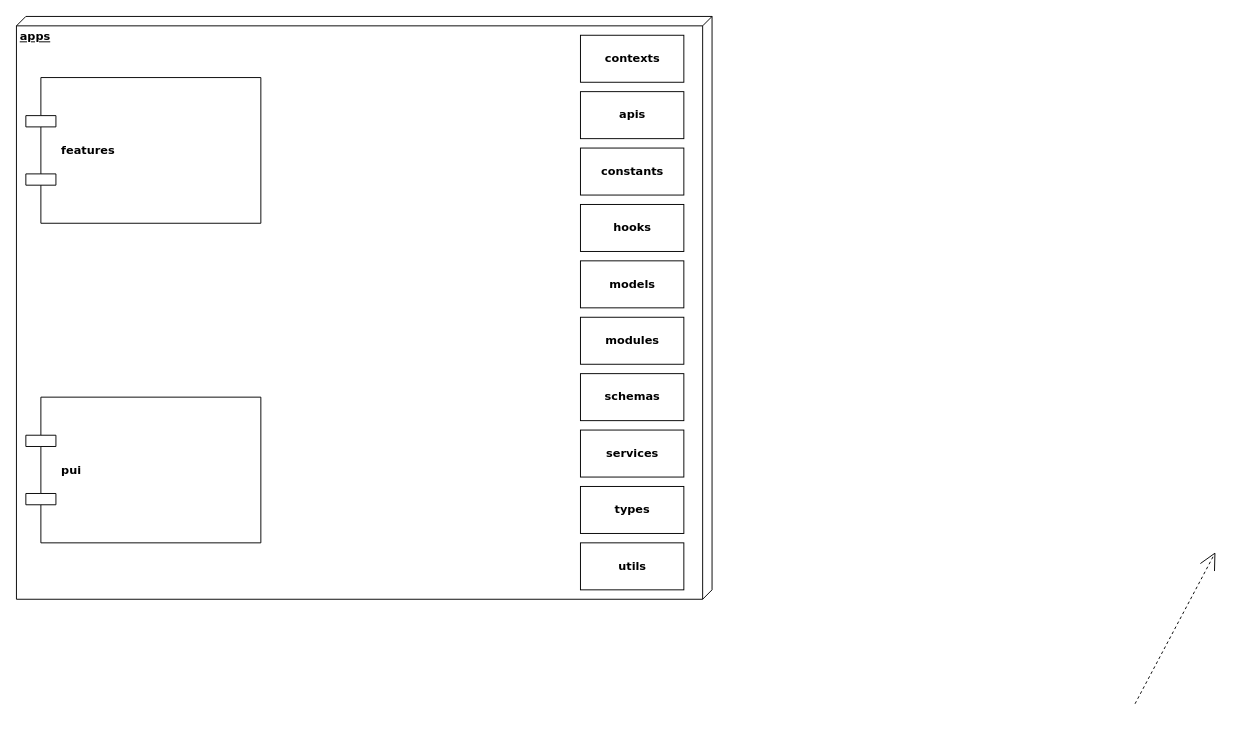
Above: 제목 없는 다이어그램.drawio in monolifeYw/drawio (draw.io), before the change. Source tidied: cells renumbered, new cells numbered last; positions are measured from the earlier drawing's top-left corner, leaving out a move shared by most shapes. Both pictures are drawn from the tidied source at 94%, with x=0, y=0 at pixel (16, 16).
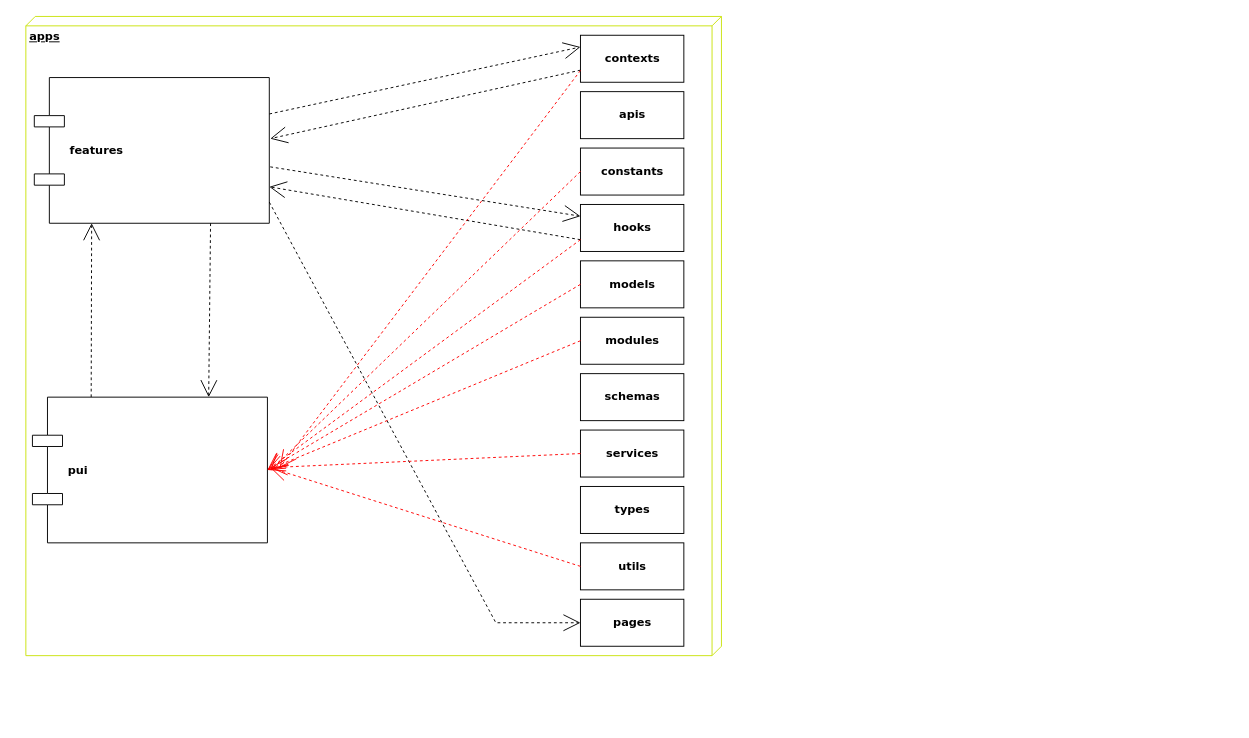
After the change.

Unchanged cells that the change refers to:
```xml
<mxCell id="3" value="contexts" style="html=1;rounded=0;shadow=0;comic=0;labelBackgroundColor=none;strokeWidth=1;fontFamily=Verdana;fontSize=12;align=center;fontStyle=1;" parent="1" vertex="1">
  <mxGeometry x="600" y="20" width="110" height="50" as="geometry" />
</mxCell>
<mxCell id="8" value="constants" style="html=1;rounded=0;shadow=0;comic=0;labelBackgroundColor=none;strokeWidth=1;fontFamily=Verdana;fontSize=12;align=center;fontStyle=1;" parent="1" vertex="1">
  <mxGeometry x="600" y="140" width="110" height="50" as="geometry" />
</mxCell>
<mxCell id="9" value="hooks" style="html=1;rounded=0;shadow=0;comic=0;labelBackgroundColor=none;strokeWidth=1;fontFamily=Verdana;fontSize=12;align=center;fontStyle=1;" parent="1" vertex="1">
  <mxGeometry x="600" y="200" width="110" height="50" as="geometry" />
</mxCell>
<mxCell id="10" value="models" style="html=1;rounded=0;shadow=0;comic=0;labelBackgroundColor=none;strokeWidth=1;fontFamily=Verdana;fontSize=12;align=center;fontStyle=1;" parent="1" vertex="1">
  <mxGeometry x="600" y="260" width="110" height="50" as="geometry" />
</mxCell>
<mxCell id="11" value="modules" style="html=1;rounded=0;shadow=0;comic=0;labelBackgroundColor=none;strokeWidth=1;fontFamily=Verdana;fontSize=12;align=center;fontStyle=1;" parent="1" vertex="1">
  <mxGeometry x="600" y="320" width="110" height="50" as="geometry" />
</mxCell>
<mxCell id="13" value="services" style="html=1;rounded=0;shadow=0;comic=0;labelBackgroundColor=none;strokeWidth=1;fontFamily=Verdana;fontSize=12;align=center;fontStyle=1;" parent="1" vertex="1">
  <mxGeometry x="600" y="440" width="110" height="50" as="geometry" />
</mxCell>
<mxCell id="15" value="utils" style="html=1;rounded=0;shadow=0;comic=0;labelBackgroundColor=none;strokeWidth=1;fontFamily=Verdana;fontSize=12;align=center;fontStyle=1;" parent="1" vertex="1">
  <mxGeometry x="600" y="560" width="110" height="50" as="geometry" />
</mxCell>
```

Change to the diagram source:
```diff
@@
-    <mxCell id="2" value="apps" style="verticalAlign=top;align=left;spacingTop=8;spacingLeft=2;spacingRight=12;shape=cube;size=10;direction=south;fontStyle=5;html=1;rounded=0;shadow=0;comic=0;labelBackgroundColor=none;strokeWidth=1;fontFamily=Verdana;fontSize=12;" parent="1" vertex="1">
-      <mxGeometry width="740" height="620" as="geometry" />
+    <mxCell id="2" value="apps" style="verticalAlign=top;align=left;spacingTop=8;spacingLeft=2;spacingRight=12;shape=cube;size=10;direction=south;fontStyle=5;html=1;rounded=0;shadow=0;comic=0;labelBackgroundColor=none;strokeWidth=1;fontFamily=Verdana;fontSize=12;strokeColor=#cae30d;" parent="1" vertex="1">
+      <mxGeometry x="10" width="740" height="680" as="geometry" />
     </mxCell>
@@
     <mxCell id="4" value="features" style="shape=component;align=left;spacingLeft=36;rounded=0;shadow=0;comic=0;labelBackgroundColor=none;strokeWidth=1;fontFamily=Verdana;fontSize=12;html=1;fontStyle=1;" parent="1" vertex="1">
-      <mxGeometry x="10" y="65" width="250" height="155" as="geometry" />
+      <mxGeometry x="19" y="65" width="250" height="155" as="geometry" />
     </mxCell>
-    <mxCell id="5" style="edgeStyle=none;rounded=0;html=1;dashed=1;labelBackgroundColor=none;startArrow=none;startFill=0;startSize=8;endArrow=open;endFill=0;endSize=16;fontFamily=Verdana;fontSize=12;" parent="1" edge="1">
+    <mxCell id="5" style="edgeStyle=none;rounded=0;html=1;dashed=1;labelBackgroundColor=none;startArrow=none;startFill=0;startSize=8;endArrow=open;endFill=0;endSize=16;fontFamily=Verdana;fontSize=12;exitX=0.25;exitY=0;exitDx=0;exitDy=0;" parent="1" edge="1" source="6">
       <mxGeometry relative="1" as="geometry">
-        <mxPoint x="1190" y="731.2" as="sourcePoint" />
-        <mxPoint x="1275.5" y="570" as="targetPoint" />
+        <mxPoint x="80" y="220" as="targetPoint" />
       </mxGeometry>
     </mxCell>
     <mxCell id="6" value="pui" style="shape=component;align=left;spacingLeft=36;rounded=0;shadow=0;comic=0;labelBackgroundColor=none;strokeWidth=1;fontFamily=Verdana;fontSize=12;html=1;fontStyle=1;" parent="1" vertex="1">
-      <mxGeometry x="10" y="405" width="250" height="155" as="geometry" />
+      <mxGeometry x="17" y="405" width="250" height="155" as="geometry" />
     </mxCell>
@@
+    <mxCell id="16" style="edgeStyle=none;rounded=0;html=1;dashed=1;labelBackgroundColor=none;startArrow=none;startFill=0;startSize=8;endArrow=open;endFill=0;endSize=16;fontFamily=Verdana;fontSize=12;exitX=0.75;exitY=1;exitDx=0;exitDy=0;entryX=0.75;entryY=0;entryDx=0;entryDy=0;" parent="1" edge="1" source="4" target="6">
+      <mxGeometry relative="1" as="geometry" />
+    </mxCell>
+    <mxCell id="17" style="edgeStyle=none;rounded=0;html=1;dashed=1;labelBackgroundColor=none;startArrow=none;startFill=0;startSize=8;endArrow=open;endFill=0;endSize=16;fontFamily=Verdana;fontSize=12;exitX=1;exitY=0.25;exitDx=0;exitDy=0;entryX=0;entryY=0.25;entryDx=0;entryDy=0;" parent="1" edge="1" source="4" target="3">
+      <mxGeometry relative="1" as="geometry" />
+    </mxCell>
+    <mxCell id="18" style="edgeStyle=none;rounded=0;html=1;dashed=1;labelBackgroundColor=none;startArrow=none;startFill=0;startSize=8;endArrow=open;endFill=0;endSize=16;fontFamily=Verdana;fontSize=12;" parent="1" edge="1" source="3">
+      <mxGeometry relative="1" as="geometry">
+        <mxPoint x="270" y="130" as="targetPoint" />
+      </mxGeometry>
+    </mxCell>
+    <mxCell id="19" value="pages" style="html=1;rounded=0;shadow=0;comic=0;labelBackgroundColor=none;strokeWidth=1;fontFamily=Verdana;fontSize=12;align=center;fontStyle=1;" parent="1" vertex="1">
+      <mxGeometry x="600" y="620" width="110" height="50" as="geometry" />
+    </mxCell>
+    <mxCell id="20" style="edgeStyle=none;rounded=0;html=1;dashed=1;labelBackgroundColor=none;startArrow=none;startFill=0;startSize=8;endArrow=open;endFill=0;endSize=16;fontFamily=Verdana;fontSize=12;exitX=1.004;exitY=0.613;exitDx=0;exitDy=0;entryX=0;entryY=0.25;entryDx=0;entryDy=0;exitPerimeter=0;" parent="1" edge="1" source="4" target="9">
+      <mxGeometry relative="1" as="geometry" />
+    </mxCell>
+    <mxCell id="21" style="edgeStyle=none;rounded=0;html=1;dashed=1;labelBackgroundColor=none;startArrow=none;startFill=0;startSize=8;endArrow=open;endFill=0;endSize=16;fontFamily=Verdana;fontSize=12;exitX=0;exitY=0.75;exitDx=0;exitDy=0;entryX=1;entryY=0.75;entryDx=0;entryDy=0;" parent="1" edge="1" source="9" target="4">
+      <mxGeometry relative="1" as="geometry" />
+    </mxCell>
+    <mxCell id="22" style="edgeStyle=none;rounded=0;html=1;dashed=1;labelBackgroundColor=none;startArrow=none;startFill=0;startSize=8;endArrow=open;endFill=0;endSize=16;fontFamily=Verdana;fontSize=12;entryX=0;entryY=0.5;entryDx=0;entryDy=0;exitX=1;exitY=0.855;exitDx=0;exitDy=0;exitPerimeter=0;" parent="1" edge="1" source="4" target="19">
+      <mxGeometry relative="1" as="geometry">
+        <Array as="points">
+          <mxPoint x="510" y="645" />
+        </Array>
+      </mxGeometry>
+    </mxCell>
+    <mxCell id="23" style="edgeStyle=none;rounded=0;html=1;dashed=1;labelBackgroundColor=none;startArrow=none;startFill=0;startSize=8;endArrow=open;endFill=0;endSize=16;fontFamily=Verdana;fontSize=12;exitX=0;exitY=0.75;exitDx=0;exitDy=0;entryX=1;entryY=0.5;entryDx=0;entryDy=0;strokeWidth=1;strokeColor=#FF0000;" parent="1" edge="1" source="9" target="6">
+      <mxGeometry relative="1" as="geometry" />
+    </mxCell>
+    <mxCell id="24" style="edgeStyle=none;rounded=0;html=1;dashed=1;labelBackgroundColor=none;startArrow=none;startFill=0;startSize=8;endArrow=open;endFill=0;endSize=16;fontFamily=Verdana;fontSize=12;exitX=0;exitY=0.5;exitDx=0;exitDy=0;strokeWidth=1;strokeColor=#FF0000;" parent="1" edge="1" source="8">
+      <mxGeometry relative="1" as="geometry">
+        <mxPoint x="270" y="483" as="targetPoint" />
+      </mxGeometry>
+    </mxCell>
+    <mxCell id="25" style="edgeStyle=none;rounded=0;html=1;dashed=1;labelBackgroundColor=none;startArrow=none;startFill=0;startSize=8;endArrow=open;endFill=0;endSize=16;fontFamily=Verdana;fontSize=12;exitX=0;exitY=0.75;exitDx=0;exitDy=0;strokeWidth=1;strokeColor=#FF0000;" parent="1" edge="1" source="3">
+      <mxGeometry relative="1" as="geometry">
+        <mxPoint x="280" y="480" as="targetPoint" />
+      </mxGeometry>
+    </mxCell>
+    <mxCell id="26" style="edgeStyle=none;rounded=0;html=1;dashed=1;labelBackgroundColor=none;startArrow=none;startFill=0;startSize=8;endArrow=open;endFill=0;endSize=16;fontFamily=Verdana;fontSize=12;exitX=0;exitY=0.5;exitDx=0;exitDy=0;entryX=1;entryY=0.5;entryDx=0;entryDy=0;strokeWidth=1;strokeColor=#FF0000;" parent="1" edge="1" source="10" target="6">
+      <mxGeometry relative="1" as="geometry" />
+    </mxCell>
+    <mxCell id="27" style="edgeStyle=none;rounded=0;html=1;dashed=1;labelBackgroundColor=none;startArrow=none;startFill=0;startSize=8;endArrow=open;endFill=0;endSize=16;fontFamily=Verdana;fontSize=12;exitX=0;exitY=0.5;exitDx=0;exitDy=0;entryX=1;entryY=0.5;entryDx=0;entryDy=0;strokeWidth=1;strokeColor=#FF0000;" parent="1" edge="1" source="11" target="6">
+      <mxGeometry relative="1" as="geometry" />
+    </mxCell>
+    <mxCell id="28" style="edgeStyle=none;rounded=0;html=1;dashed=1;labelBackgroundColor=none;startArrow=none;startFill=0;startSize=8;endArrow=open;endFill=0;endSize=16;fontFamily=Verdana;fontSize=12;exitX=0;exitY=0.5;exitDx=0;exitDy=0;strokeWidth=1;strokeColor=#FF0000;" parent="1" edge="1" source="13">
+      <mxGeometry relative="1" as="geometry">
+        <mxPoint x="270" y="480" as="targetPoint" />
+      </mxGeometry>
+    </mxCell>
+    <mxCell id="29" style="edgeStyle=none;rounded=0;html=1;dashed=1;labelBackgroundColor=none;startArrow=none;startFill=0;startSize=8;endArrow=open;endFill=0;endSize=16;fontFamily=Verdana;fontSize=12;exitX=0;exitY=0.5;exitDx=0;exitDy=0;strokeWidth=1;strokeColor=#FF0000;" parent="1" edge="1" source="15">
+      <mxGeometry relative="1" as="geometry">
+        <mxPoint x="270" y="480" as="targetPoint" />
+      </mxGeometry>
+    </mxCell>
```
